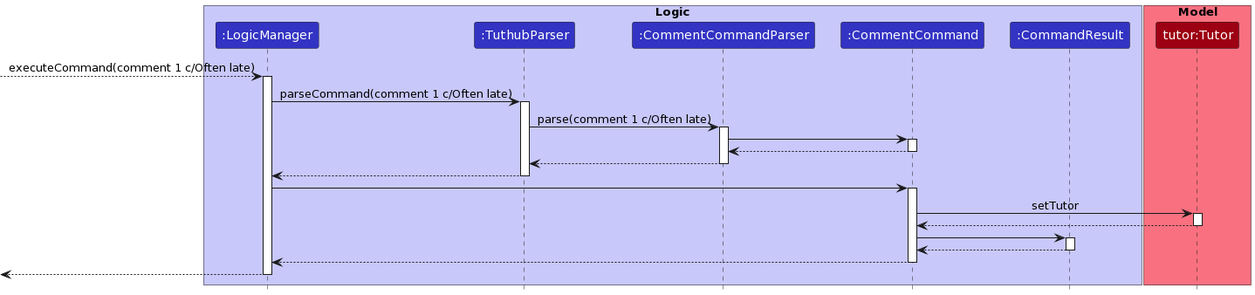
Before: docs/images/CommentSequenceDiagram.png, a diagram exported from PlantUML (nus-cs2103-AY2223S1/tp).
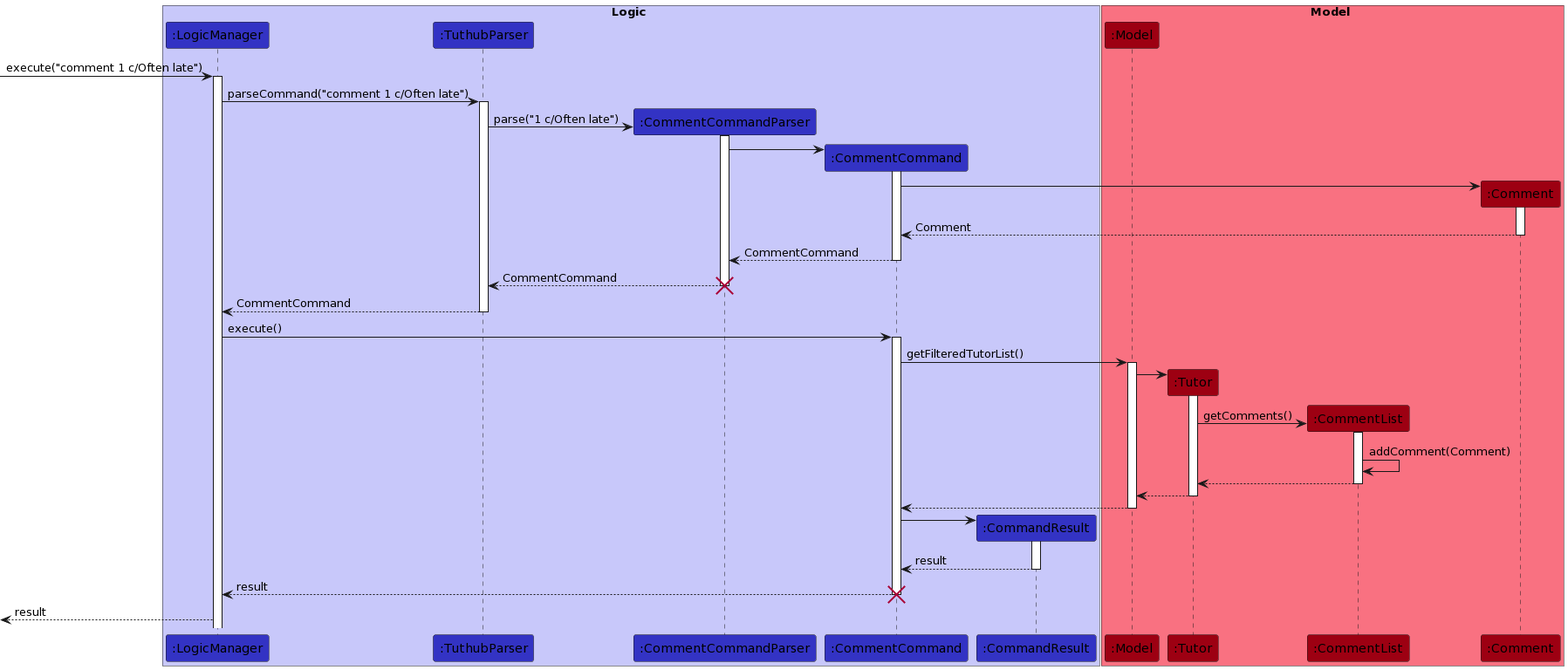
After the commit.

Commit message:
Modify DG for comment function

Change to the diagram source:
```diff
@@ -1,7 +1,4 @@
 @startuml
-
-
-
 !define UI_COLOR #1D8900
 !define UI_COLOR_T1 #83E769
 !define UI_COLOR_T2 #3FC71B
@@ -26,88 +23,84 @@
 !define STORAGE_COLOR_T3 #806600
 !define STORAGE_COLOR_T2 #544400
 
-!define USER_COLOR #000000
-
-skinparam BackgroundColor #FFFFFFF
-
-skinparam Shadowing false
-
-skinparam Class {
-    FontColor #FFFFFF
-    BorderThickness 1
-    BorderColor #FFFFFF
-    StereotypeFontColor #FFFFFF
-    FontName Arial
-}
-
-skinparam Actor {
-    BorderColor USER_COLOR
-    Color USER_COLOR
-    FontName Arial
-}
-
-skinparam Sequence {
-    MessageAlign center
-    BoxFontSize 15
-    BoxPadding 0
-    BoxFontColor #FFFFFF
-    FontName Arial
-}
-
-skinparam Participant {
-    FontColor #FFFFFFF
-    Padding 20
-}
-
-skinparam MinClassWidth 50
-skinparam ParticipantPadding 10
-skinparam Shadowing false
-skinparam DefaultTextAlignment center
-skinparam packageStyle Rectangle
-
-hide footbox
-hide members
-hide circle
-
-
-box "Logic" LOGIC_COLOR_T1
+box Logic LOGIC_COLOR_T1
 participant ":LogicManager" as logic LOGIC_COLOR
 participant ":TuthubParser" as parser LOGIC_COLOR
-participant ":CommentCommandParser" as ccp LOGIC_COLOR
-participant ":CommentCommand" as comment LOGIC_COLOR
+participant ":CommentCommandParser" as cp LOGIC_COLOR
+participant ":CommentCommand" as cc LOGIC_COLOR
 participant ":CommandResult" as result LOGIC_COLOR
 end box
 
-box "Model" MODEL_COLOR_T1
-participant "tutor:Tutor" as tutor MODEL_COLOR
+box Model MODEL_COLOR_T1
+participant ":Model" as model MODEL_COLOR
+participant ":Tutor" as tutor MODEL_COLOR
+participant ":CommentList" as comments MODEL_COLOR
+participant ":Comment" as comment MODEL_COLOR
 end box
 
---> logic: executeCommand(comment 1 c/Often late)
+[-> logic: execute("comment 1 c/Often late")
+
 activate logic
-logic -> parser: parseCommand(comment 1 c/Often late)
+logic -> parser: parseCommand("comment 1 c/Often late")
+
 activate parser
-parser -> ccp: parse(comment 1 c/Often late)
-activate ccp
-ccp -> comment
+create cp
+parser -> cp: parse("1 c/Often late")
+
+activate cp
+create cc
+cp -> cc
+
+activate cc
+create comment
+cc -> comment
+
 activate comment
-comment --> ccp
+comment --> cc: Comment
 deactivate comment
-ccp --> parser
-deactivate ccp
-parser --> logic
+
+cc --> cp: CommentCommand
+deactivate cc
+
+cp --> parser: CommentCommand
+destroy cp
+
+parser --> logic: CommentCommand
 deactivate parser
-logic -> comment
-activate comment
-comment -> tutor: setTutor
+
+logic -> cc: execute()
+activate cc
+cc -> model :getFilteredTutorList()
+
+activate model
+create tutor
+model -> tutor
+
 activate tutor
-tutor --> comment
+create comments
+tutor -> comments: getComments()
+activate comments
+
+comments -> comments: addComment(Comment)
+
+comments --> tutor
+deactivate comments
+
+tutor --> model
 deactivate tutor
-comment -> result
+
+model --> cc
+deactivate model
+
+create result
+cc -> result
+
 activate result
-result --> comment
+result --> cc: result
 deactivate result
-comment --> logic
-deactivate comment
-<-- logic
-deactivate logic
+
+cc --> logic: result
+destroy cc
+
+[<-- logic: result
 @enduml
```
